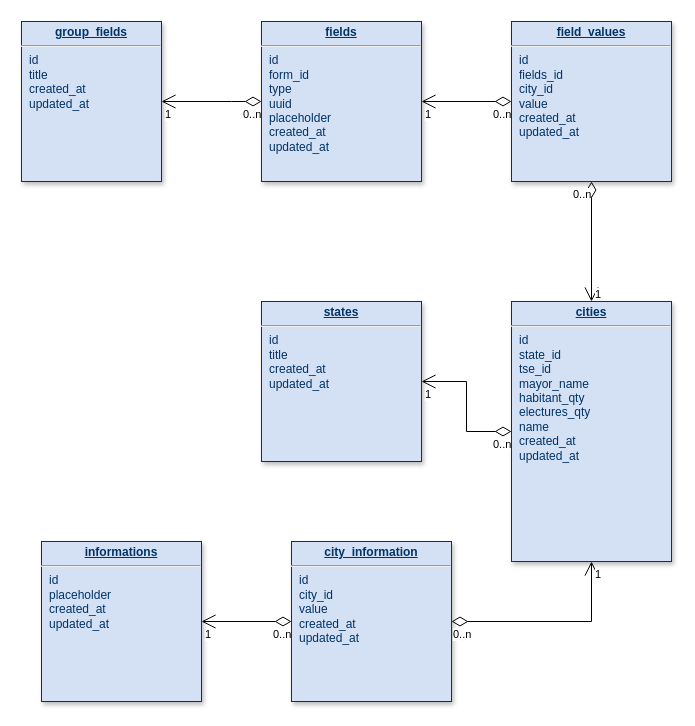
Above: static-assets/mer.drawio in rodolfoneto/mapa-eleitoral (draw.io), before the change. Source tidied: cells renumbered, new cells numbered last; positions are measured from the earlier drawing's top-left corner, leaving out a move shared by most shapes. Both pictures are drawn from the tidied source at 100%, with x=0, y=0 at pixel (21, 21).
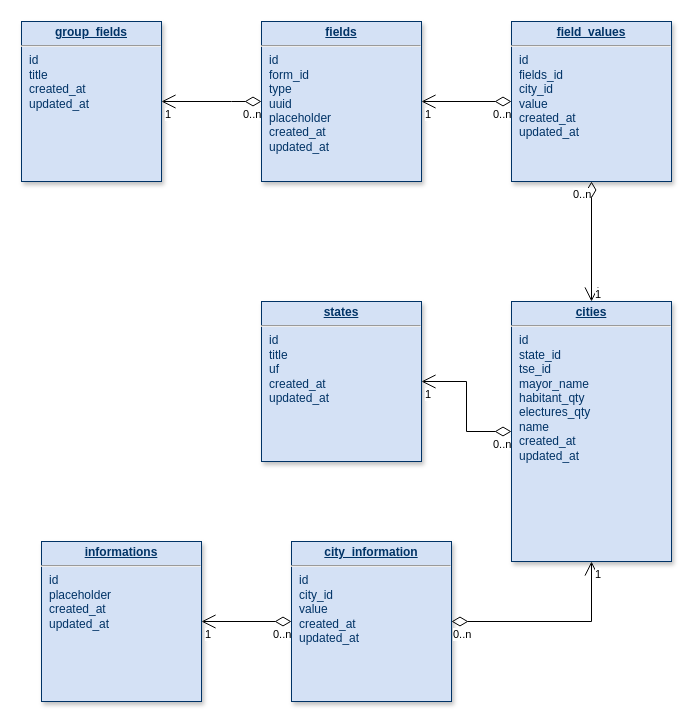
The same diagram, later.

The edit, as a diff of the source:
```diff
@@
-    <mxCell id="15" value="&lt;p style=&quot;margin: 0px ; margin-top: 4px ; text-align: center ; text-decoration: underline&quot;&gt;&lt;b&gt;states&lt;/b&gt;&lt;/p&gt;&lt;hr&gt;&lt;p style=&quot;margin: 0px ; margin-left: 8px&quot;&gt;id&lt;/p&gt;&lt;p style=&quot;margin: 0px ; margin-left: 8px&quot;&gt;title&lt;/p&gt;&lt;p style=&quot;margin: 0px ; margin-left: 8px&quot;&gt;created_at&lt;/p&gt;&lt;p style=&quot;margin: 0px ; margin-left: 8px&quot;&gt;updated_at&lt;/p&gt;" style="verticalAlign=top;align=left;overflow=fill;fontSize=12;fontFamily=Helvetica;html=1;strokeColor=#003366;shadow=1;fillColor=#D4E1F5;fontColor=#003366;" parent="1" vertex="1">
+    <mxCell id="15" value="&lt;p style=&quot;margin: 0px ; margin-top: 4px ; text-align: center ; text-decoration: underline&quot;&gt;&lt;b&gt;states&lt;/b&gt;&lt;/p&gt;&lt;hr&gt;&lt;p style=&quot;margin: 0px ; margin-left: 8px&quot;&gt;id&lt;/p&gt;&lt;p style=&quot;margin: 0px ; margin-left: 8px&quot;&gt;title&lt;/p&gt;&lt;p style=&quot;margin: 0px ; margin-left: 8px&quot;&gt;uf&lt;/p&gt;&lt;p style=&quot;margin: 0px ; margin-left: 8px&quot;&gt;created_at&lt;/p&gt;&lt;p style=&quot;margin: 0px ; margin-left: 8px&quot;&gt;updated_at&lt;/p&gt;" style="verticalAlign=top;align=left;overflow=fill;fontSize=12;fontFamily=Helvetica;html=1;strokeColor=#003366;shadow=1;fillColor=#D4E1F5;fontColor=#003366;" parent="1" vertex="1">
       <mxGeometry x="240" y="280" width="160" height="160" as="geometry" />
     </mxCell>
```
